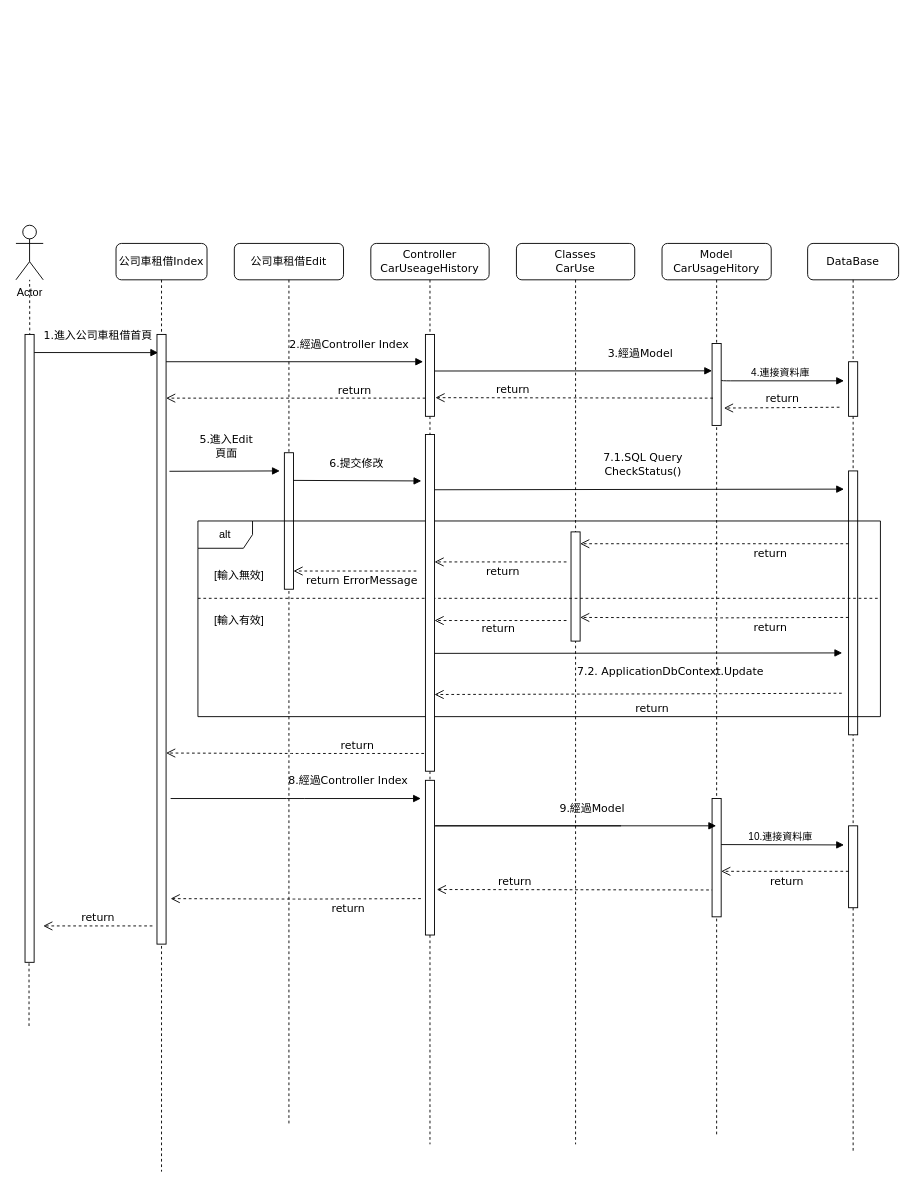
This is images/公司車Edit.drawio from merosun/windows, a draw.io file, before an edit. Source tidied: cells renumbered, new cells numbered last; positions are measured from the earlier drawing's top-left corner, leaving out a move shared by most shapes. Both pictures are drawn from the tidied source at 91%, with x=0, y=0 at pixel (15, 225).
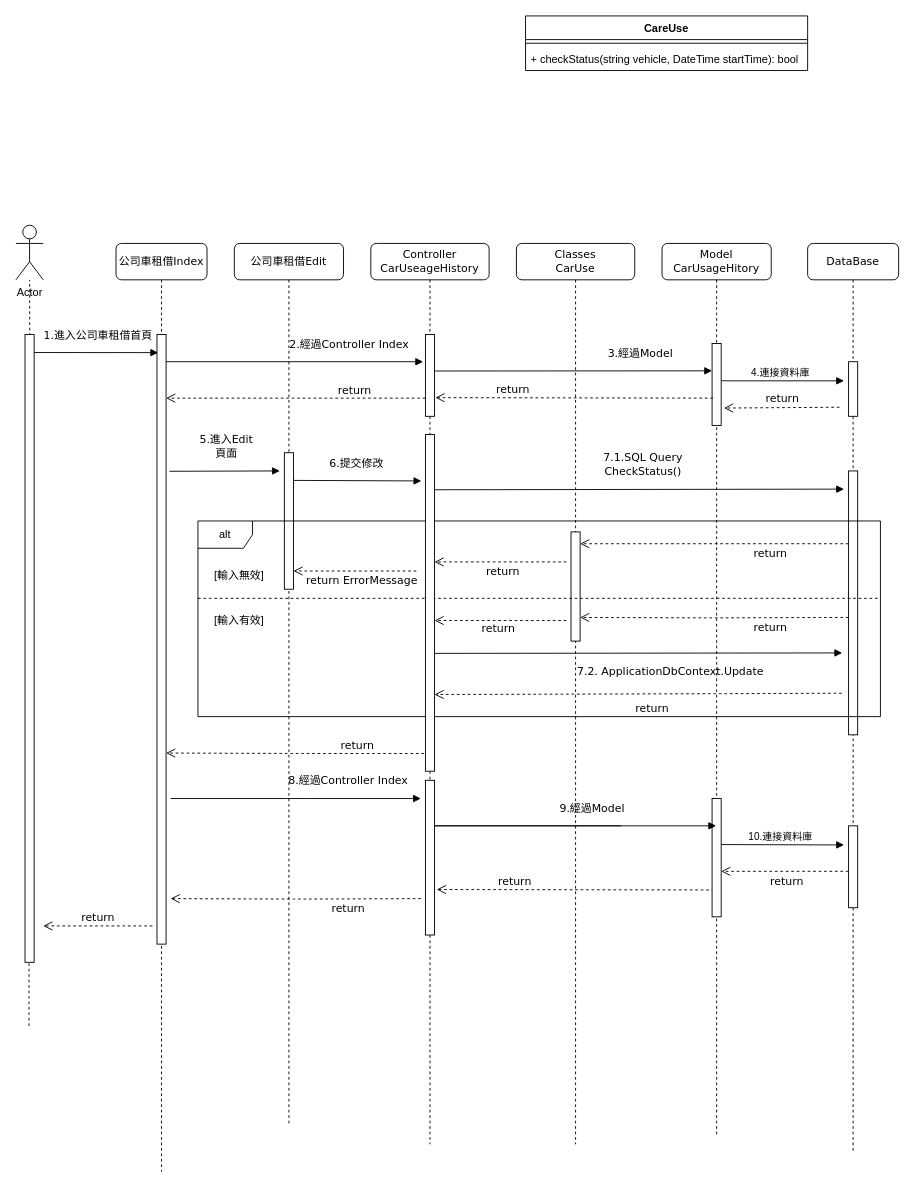
The same page after the edit.

Commit message (it also covers changes not shown here):
更新公司車Edit.drawio

The edit, as a diff of the source:
```diff
@@
+    <mxCell id="54" value="CareUse" style="swimlane;fontStyle=1;align=center;verticalAlign=top;horizontal=1;startSize=26;whiteSpace=wrap;html=1;" parent="1" vertex="1">
+      <mxGeometry x="560" y="-230" width="310" height="60" as="geometry" />
+    </mxCell>
+    <mxCell id="55" style="line;strokeWidth=1;fillColor=none;align=left;verticalAlign=middle;spacingTop=-1;spacingLeft=3;spacingRight=3;labelPosition=right;strokeColor=inherit;" parent="54" vertex="1">
+      <mxGeometry y="26" width="310" height="8" as="geometry" />
+    </mxCell>
+    <mxCell id="56" value="+ checkStatus(string vehicle, DateTime startTime): bool" style="text;strokeColor=none;fillColor=none;align=left;verticalAlign=top;spacingLeft=4;spacingRight=4;overflow=hidden;whiteSpace=wrap;html=1;" parent="54" vertex="1">
+      <mxGeometry y="34" width="310" height="26" as="geometry" />
+    </mxCell>
```
